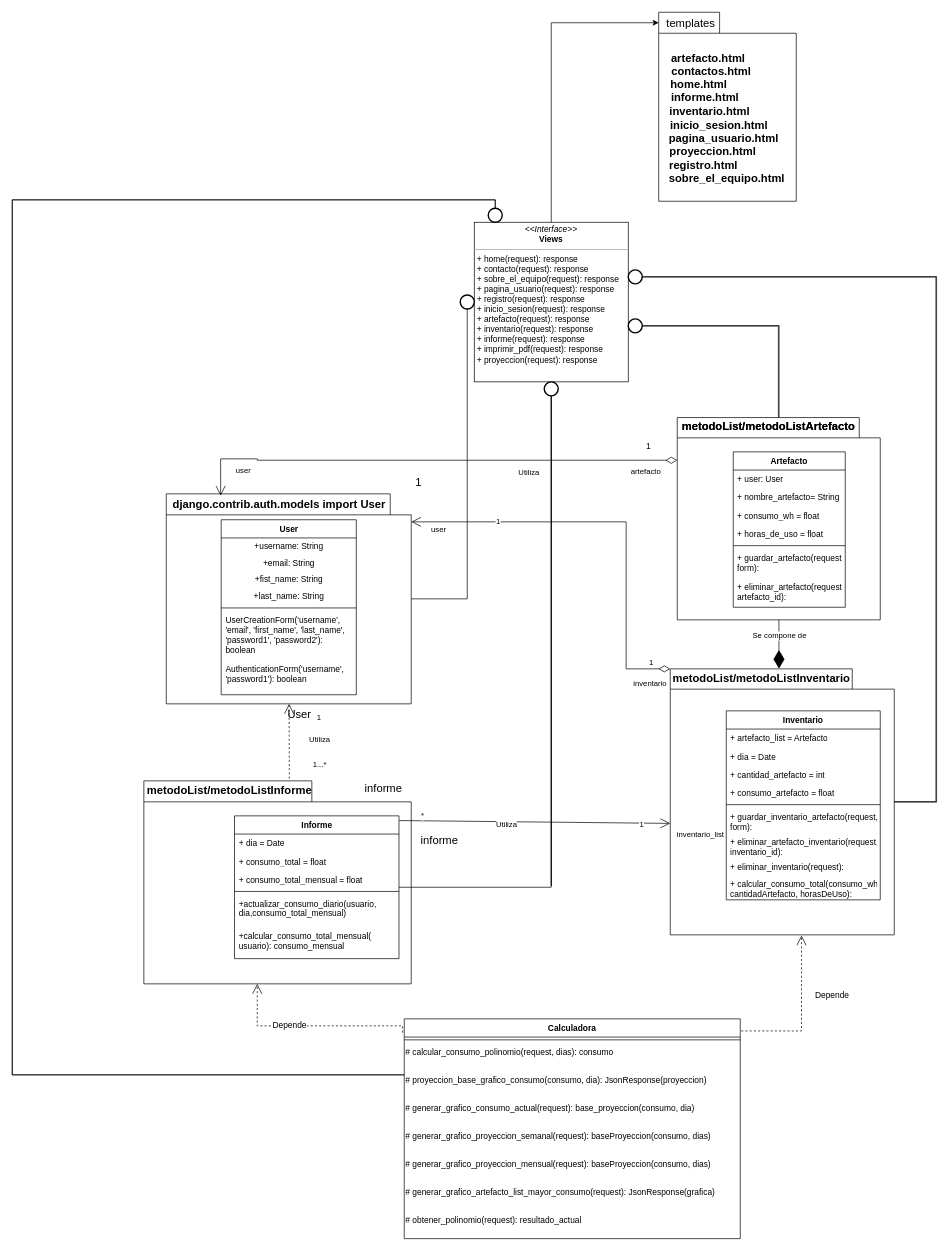
Before: consumoEnergia.drawio in SantiagoTamayo2002/UML, a draw.io diagram. Source tidied: cells renumbered, new cells numbered last; positions are measured from the earlier drawing's top-left corner, leaving out a move shared by most shapes. Both pictures are drawn from the tidied source at 70%, with x=0, y=0 at pixel (12, 12).
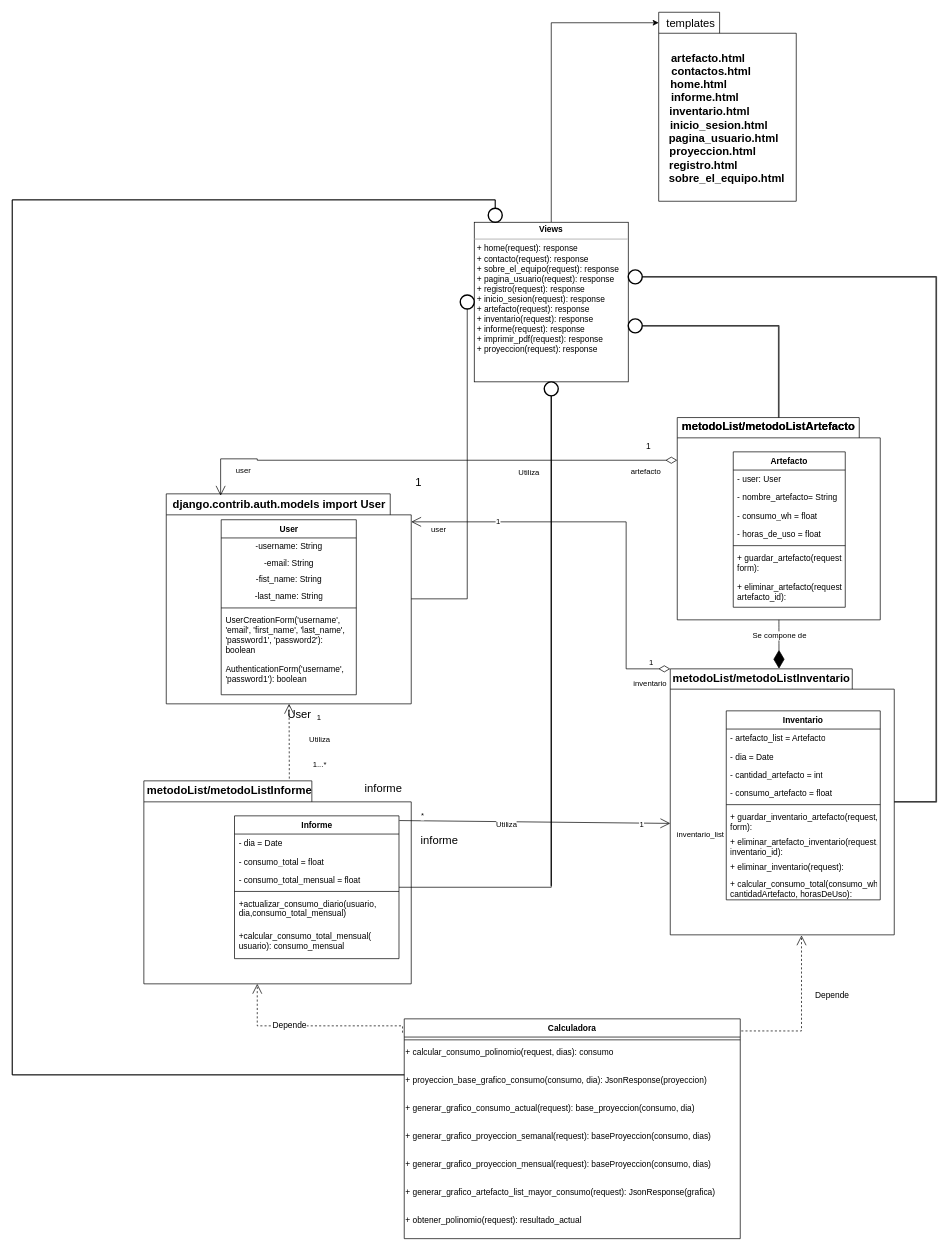
The same page after the edit.

Unchanged cells that the change refers to:
```xml
<mxCell id="7" value="User" style="swimlane;fontStyle=1;align=center;verticalAlign=top;horizontal=1;startSize=26;whiteSpace=wrap;html=1;" parent="1" vertex="1">
  <mxGeometry x="298.5" y="725" width="193" height="250" as="geometry" />
</mxCell>
<mxCell id="15" value="Inventario" style="swimlane;fontStyle=1;align=center;verticalAlign=top;horizontal=1;startSize=26;whiteSpace=wrap;html=1;" parent="1" vertex="1">
  <mxGeometry x="1020" y="998" width="220" height="270" as="geometry" />
</mxCell>
<mxCell id="25" value="Informe" style="swimlane;fontStyle=1;align=center;verticalAlign=top;horizontal=1;startSize=26;whiteSpace=wrap;html=1;" parent="1" vertex="1">
  <mxGeometry x="317.5" y="1148" width="235" height="204" as="geometry" />
</mxCell>
<mxCell id="32" value="Calculadora" style="swimlane;fontStyle=1;align=center;verticalAlign=top;horizontal=1;startSize=26;whiteSpace=wrap;html=1;" parent="1" vertex="1">
  <mxGeometry x="560" y="1438" width="480" height="314" as="geometry" />
</mxCell>
<mxCell id="45" value="Artefacto" style="swimlane;fontStyle=1;align=center;verticalAlign=top;horizontal=1;startSize=26;whiteSpace=wrap;html=1;" parent="1" vertex="1">
  <mxGeometry x="1030" y="628" width="160" height="222" as="geometry" />
</mxCell>
```

What changed in the source:
```diff
@@
-    <mxCell id="8" value="+username: String" style="text;html=1;strokeColor=none;fillColor=none;align=center;verticalAlign=middle;spacingLeft=4;spacingRight=4;overflow=hidden;whiteSpace=wrap;" parent="7" vertex="1">
+    <mxCell id="8" value="-username: String" style="text;html=1;strokeColor=none;fillColor=none;align=center;verticalAlign=middle;spacingLeft=4;spacingRight=4;overflow=hidden;whiteSpace=wrap;" parent="7" vertex="1">
       <mxGeometry y="26" width="193" height="24" as="geometry" />
     </mxCell>
-    <mxCell id="9" value="+email: String" style="text;html=1;strokeColor=none;fillColor=none;align=center;verticalAlign=middle;spacingLeft=4;spacingRight=4;overflow=hidden;whiteSpace=wrap;" parent="7" vertex="1">
+    <mxCell id="9" value="-email: String" style="text;html=1;strokeColor=none;fillColor=none;align=center;verticalAlign=middle;spacingLeft=4;spacingRight=4;overflow=hidden;whiteSpace=wrap;" parent="7" vertex="1">
       <mxGeometry y="50" width="193" height="24" as="geometry" />
     </mxCell>
-    <mxCell id="10" value="+fist_name: String" style="text;html=1;strokeColor=none;fillColor=none;align=center;verticalAlign=middle;spacingLeft=4;spacingRight=4;overflow=hidden;whiteSpace=wrap;" parent="7" vertex="1">
+    <mxCell id="10" value="-fist_name: String" style="text;html=1;strokeColor=none;fillColor=none;align=center;verticalAlign=middle;spacingLeft=4;spacingRight=4;overflow=hidden;whiteSpace=wrap;" parent="7" vertex="1">
       <mxGeometry y="74" width="193" height="24" as="geometry" />
     </mxCell>
-    <mxCell id="11" value="+last_name: String" style="text;html=1;strokeColor=none;fillColor=none;align=center;verticalAlign=middle;spacingLeft=4;spacingRight=4;overflow=hidden;whiteSpace=wrap;" parent="7" vertex="1">
+    <mxCell id="11" value="-last_name: String" style="text;html=1;strokeColor=none;fillColor=none;align=center;verticalAlign=middle;spacingLeft=4;spacingRight=4;overflow=hidden;whiteSpace=wrap;" parent="7" vertex="1">
       <mxGeometry y="98" width="193" height="24" as="geometry" />
     </mxCell>
@@
-    <mxCell id="16" value="+ artefacto_list = Artefacto" style="text;strokeColor=none;fillColor=none;align=left;verticalAlign=top;spacingLeft=4;spacingRight=4;overflow=hidden;whiteSpace=wrap;html=1;" parent="15" vertex="1">
+    <mxCell id="16" value="- artefacto_list = Artefacto" style="text;strokeColor=none;fillColor=none;align=left;verticalAlign=top;spacingLeft=4;spacingRight=4;overflow=hidden;whiteSpace=wrap;html=1;" parent="15" vertex="1">
       <mxGeometry y="26" width="220" height="26" as="geometry" />
     </mxCell>
-    <mxCell id="17" value="+ dia = Date" style="text;strokeColor=none;fillColor=none;align=left;verticalAlign=top;spacingLeft=4;spacingRight=4;overflow=hidden;whiteSpace=wrap;html=1;" parent="15" vertex="1">
+    <mxCell id="17" value="- dia = Date" style="text;strokeColor=none;fillColor=none;align=left;verticalAlign=top;spacingLeft=4;spacingRight=4;overflow=hidden;whiteSpace=wrap;html=1;" parent="15" vertex="1">
       <mxGeometry y="52" width="220" height="26" as="geometry" />
     </mxCell>
-    <mxCell id="18" value="+&amp;nbsp;cantidad_artefacto&amp;nbsp;&lt;span style=&quot;background-color: initial;&quot;&gt;= int&lt;/span&gt;" style="text;strokeColor=none;fillColor=none;align=left;verticalAlign=top;spacingLeft=4;spacingRight=4;overflow=hidden;whiteSpace=wrap;html=1;" parent="15" vertex="1">
+    <mxCell id="18" value="- cantidad_artefacto&amp;nbsp;&lt;span style=&quot;background-color: initial;&quot;&gt;= int&lt;/span&gt;" style="text;strokeColor=none;fillColor=none;align=left;verticalAlign=top;spacingLeft=4;spacingRight=4;overflow=hidden;whiteSpace=wrap;html=1;" parent="15" vertex="1">
       <mxGeometry y="78" width="220" height="26" as="geometry" />
     </mxCell>
-    <mxCell id="19" value="+&amp;nbsp;consumo_artefacto&lt;span style=&quot;background-color: initial;&quot;&gt;&amp;nbsp;&lt;/span&gt;&lt;span style=&quot;background-color: initial;&quot;&gt;= float&lt;/span&gt;" style="text;strokeColor=none;fillColor=none;align=left;verticalAlign=top;spacingLeft=4;spacingRight=4;overflow=hidden;whiteSpace=wrap;html=1;" parent="15" vertex="1">
+    <mxCell id="19" value="- consumo_artefacto&lt;span style=&quot;background-color: initial;&quot;&gt;&amp;nbsp;&lt;/span&gt;&lt;span style=&quot;background-color: initial;&quot;&gt;= float&lt;/span&gt;" style="text;strokeColor=none;fillColor=none;align=left;verticalAlign=top;spacingLeft=4;spacingRight=4;overflow=hidden;whiteSpace=wrap;html=1;" parent="15" vertex="1">
       <mxGeometry y="104" width="220" height="26" as="geometry" />
     </mxCell>
@@
-    <mxCell id="26" value="+ dia = Date" style="text;strokeColor=none;fillColor=none;align=left;verticalAlign=top;spacingLeft=4;spacingRight=4;overflow=hidden;whiteSpace=wrap;html=1;" parent="25" vertex="1">
+    <mxCell id="26" value="- dia = Date" style="text;strokeColor=none;fillColor=none;align=left;verticalAlign=top;spacingLeft=4;spacingRight=4;overflow=hidden;whiteSpace=wrap;html=1;" parent="25" vertex="1">
       <mxGeometry y="26" width="235" height="26" as="geometry" />
     </mxCell>
-    <mxCell id="27" value="+&amp;nbsp;consumo_total&amp;nbsp;&lt;span style=&quot;background-color: initial;&quot;&gt;= float&lt;/span&gt;" style="text;strokeColor=none;fillColor=none;align=left;verticalAlign=top;spacingLeft=4;spacingRight=4;overflow=hidden;whiteSpace=wrap;html=1;" parent="25" vertex="1">
+    <mxCell id="27" value="- consumo_total&amp;nbsp;&lt;span style=&quot;background-color: initial;&quot;&gt;= float&lt;/span&gt;" style="text;strokeColor=none;fillColor=none;align=left;verticalAlign=top;spacingLeft=4;spacingRight=4;overflow=hidden;whiteSpace=wrap;html=1;" parent="25" vertex="1">
       <mxGeometry y="52" width="235" height="26" as="geometry" />
     </mxCell>
-    <mxCell id="28" value="+&amp;nbsp;consumo_total_mensual&amp;nbsp;&lt;span style=&quot;background-color: initial;&quot;&gt;= float&lt;/span&gt;" style="text;strokeColor=none;fillColor=none;align=left;verticalAlign=top;spacingLeft=4;spacingRight=4;overflow=hidden;whiteSpace=wrap;html=1;" parent="25" vertex="1">
+    <mxCell id="28" value="- consumo_total_mensual&amp;nbsp;&lt;span style=&quot;background-color: initial;&quot;&gt;= float&lt;/span&gt;" style="text;strokeColor=none;fillColor=none;align=left;verticalAlign=top;spacingLeft=4;spacingRight=4;overflow=hidden;whiteSpace=wrap;html=1;" parent="25" vertex="1">
       <mxGeometry y="78" width="235" height="26" as="geometry" />
     </mxCell>
@@
-    <mxCell id="34" value="# calcular_consumo_polinomio(request, dias): consumo" style="text;whiteSpace=wrap;" parent="32" vertex="1">
+    <mxCell id="34" value="+ calcular_consumo_polinomio(request, dias): consumo" style="text;whiteSpace=wrap;" parent="32" vertex="1">
       <mxGeometry y="34" width="480" height="40" as="geometry" />
     </mxCell>
-    <mxCell id="35" value="# proyeccion_base_grafico_consumo(consumo, dia): JsonResponse(proyeccion)" style="text;whiteSpace=wrap;" parent="32" vertex="1">
+    <mxCell id="35" value="+ proyeccion_base_grafico_consumo(consumo, dia): JsonResponse(proyeccion)" style="text;whiteSpace=wrap;" parent="32" vertex="1">
       <mxGeometry y="74" width="480" height="40" as="geometry" />
     </mxCell>
-    <mxCell id="36" value="# generar_grafico_consumo_actual(request): base_proyeccion(consumo, dia)" style="text;whiteSpace=wrap;" parent="32" vertex="1">
+    <mxCell id="36" value="+ generar_grafico_consumo_actual(request): base_proyeccion(consumo, dia)" style="text;whiteSpace=wrap;" parent="32" vertex="1">
       <mxGeometry y="114" width="480" height="40" as="geometry" />
     </mxCell>
-    <mxCell id="37" value="# generar_grafico_proyeccion_semanal(request): baseProyeccion(consumo, dias)" style="text;whiteSpace=wrap;" parent="32" vertex="1">
+    <mxCell id="37" value="+ generar_grafico_proyeccion_semanal(request): baseProyeccion(consumo, dias)" style="text;whiteSpace=wrap;" parent="32" vertex="1">
       <mxGeometry y="154" width="480" height="40" as="geometry" />
     </mxCell>
-    <mxCell id="38" value="# generar_grafico_proyeccion_mensual(request): baseProyeccion(consumo, dias)" style="text;whiteSpace=wrap;" parent="32" vertex="1">
+    <mxCell id="38" value="+ generar_grafico_proyeccion_mensual(request): baseProyeccion(consumo, dias)" style="text;whiteSpace=wrap;" parent="32" vertex="1">
       <mxGeometry y="194" width="480" height="40" as="geometry" />
     </mxCell>
-    <mxCell id="39" value="# generar_grafico_artefacto_list_mayor_consumo(request): JsonResponse(grafica)" style="text;whiteSpace=wrap;" parent="32" vertex="1">
+    <mxCell id="39" value="+ generar_grafico_artefacto_list_mayor_consumo(request): JsonResponse(grafica)" style="text;whiteSpace=wrap;" parent="32" vertex="1">
       <mxGeometry y="234" width="480" height="40" as="geometry" />
     </mxCell>
-    <mxCell id="40" value="# obtener_polinomio(request): resultado_actual" style="text;whiteSpace=wrap;" parent="32" vertex="1">
+    <mxCell id="40" value="+ obtener_polinomio(request): resultado_actual" style="text;whiteSpace=wrap;" parent="32" vertex="1">
       <mxGeometry y="274" width="480" height="40" as="geometry" />
     </mxCell>
@@
-    <mxCell id="46" value="+ user: User" style="text;strokeColor=none;fillColor=none;align=left;verticalAlign=top;spacingLeft=4;spacingRight=4;overflow=hidden;whiteSpace=wrap;html=1;" parent="45" vertex="1">
+    <mxCell id="46" value="- user: User" style="text;strokeColor=none;fillColor=none;align=left;verticalAlign=top;spacingLeft=4;spacingRight=4;overflow=hidden;whiteSpace=wrap;html=1;" parent="45" vertex="1">
       <mxGeometry y="26" width="160" height="26" as="geometry" />
     </mxCell>
-    <mxCell id="47" value="+&amp;nbsp;nombre_artefacto&lt;span style=&quot;background-color: initial;&quot;&gt;= String&lt;/span&gt;" style="text;strokeColor=none;fillColor=none;align=left;verticalAlign=top;spacingLeft=4;spacingRight=4;overflow=hidden;whiteSpace=wrap;html=1;" parent="45" vertex="1">
+    <mxCell id="47" value="- nombre_artefacto&lt;span style=&quot;background-color: initial;&quot;&gt;= String&lt;/span&gt;" style="text;strokeColor=none;fillColor=none;align=left;verticalAlign=top;spacingLeft=4;spacingRight=4;overflow=hidden;whiteSpace=wrap;html=1;" parent="45" vertex="1">
       <mxGeometry y="52" width="160" height="26" as="geometry" />
     </mxCell>
-    <mxCell id="48" value="+ consumo_wh = float" style="text;strokeColor=none;fillColor=none;align=left;verticalAlign=top;spacingLeft=4;spacingRight=4;overflow=hidden;whiteSpace=wrap;html=1;" parent="45" vertex="1">
+    <mxCell id="48" value="- consumo_wh = float" style="text;strokeColor=none;fillColor=none;align=left;verticalAlign=top;spacingLeft=4;spacingRight=4;overflow=hidden;whiteSpace=wrap;html=1;" parent="45" vertex="1">
       <mxGeometry y="78" width="160" height="26" as="geometry" />
     </mxCell>
-    <mxCell id="49" value="+ horas_de_uso = float" style="text;strokeColor=none;fillColor=none;align=left;verticalAlign=top;spacingLeft=4;spacingRight=4;overflow=hidden;whiteSpace=wrap;html=1;" parent="45" vertex="1">
+    <mxCell id="49" value="- horas_de_uso = float" style="text;strokeColor=none;fillColor=none;align=left;verticalAlign=top;spacingLeft=4;spacingRight=4;overflow=hidden;whiteSpace=wrap;html=1;" parent="45" vertex="1">
       <mxGeometry y="104" width="160" height="26" as="geometry" />
     </mxCell>
@@
-    <mxCell id="79" value="&lt;p style=&quot;margin:0px;margin-top:4px;text-align:center;&quot;&gt;&lt;i&gt;&amp;lt;&amp;lt;Interface&amp;gt;&amp;gt;&lt;/i&gt;&lt;br&gt;&lt;b&gt;Views&lt;/b&gt;&lt;/p&gt;&lt;hr size=&quot;1&quot;&gt;&lt;p style=&quot;margin:0px;margin-left:4px;&quot;&gt;&lt;span style=&quot;background-color: initial;&quot;&gt;+ home(request): response&lt;/span&gt;&lt;br&gt;&lt;/p&gt;&lt;p style=&quot;margin:0px;margin-left:4px;&quot;&gt;+ contacto(request): response&amp;nbsp;&lt;/p&gt;&lt;p style=&quot;margin:0px;margin-left:4px;&quot;&gt;+ sobre_el_equipo(request): response&amp;nbsp;&lt;/p&gt;&lt;p style=&quot;margin:0px;margin-left:4px;&quot;&gt;+ pagina_usuario(request): response&amp;nbsp;&lt;/p&gt;&lt;p style=&quot;margin:0px;margin-left:4px;&quot;&gt;&lt;span style=&quot;background-color: initial;&quot;&gt;+ registro(request): response&amp;nbsp;&lt;/span&gt;&lt;br&gt;&lt;/p&gt;&lt;p style=&quot;margin:0px;margin-left:4px;&quot;&gt;+ inicio_sesion(request): response&amp;nbsp;&lt;/p&gt;&lt;p style=&quot;margin:0px;margin-left:4px;&quot;&gt;+ artefacto(request): response&amp;nbsp;&lt;/p&gt;&lt;p style=&quot;margin:0px;margin-left:4px;&quot;&gt;+ inventario(request): response&amp;nbsp;&lt;/p&gt;&lt;p style=&quot;margin:0px;margin-left:4px;&quot;&gt;+ informe(request): response&amp;nbsp;&lt;/p&gt;&lt;p style=&quot;margin:0px;margin-left:4px;&quot;&gt;+ imprimir_pdf(request): response&amp;nbsp;&lt;/p&gt;&lt;p style=&quot;margin:0px;margin-left:4px;&quot;&gt;+ proyeccion(request): response&lt;br&gt;&lt;/p&gt;" style="verticalAlign=top;align=left;overflow=fill;fontSize=12;fontFamily=Helvetica;html=1;whiteSpace=wrap;" parent="1" vertex="1">
+    <mxCell id="79" value="&lt;p style=&quot;margin:0px;margin-top:4px;text-align:center;&quot;&gt;&lt;b&gt;Views&lt;/b&gt;&lt;/p&gt;&lt;hr size=&quot;1&quot;&gt;&lt;p style=&quot;margin:0px;margin-left:4px;&quot;&gt;&lt;span style=&quot;background-color: initial;&quot;&gt;+ home(request): response&lt;/span&gt;&lt;br&gt;&lt;/p&gt;&lt;p style=&quot;margin:0px;margin-left:4px;&quot;&gt;+ contacto(request): response&amp;nbsp;&lt;/p&gt;&lt;p style=&quot;margin:0px;margin-left:4px;&quot;&gt;+ sobre_el_equipo(request): response&amp;nbsp;&lt;/p&gt;&lt;p style=&quot;margin:0px;margin-left:4px;&quot;&gt;+ pagina_usuario(request): response&amp;nbsp;&lt;/p&gt;&lt;p style=&quot;margin:0px;margin-left:4px;&quot;&gt;&lt;span style=&quot;background-color: initial;&quot;&gt;+ registro(request): response&amp;nbsp;&lt;/span&gt;&lt;br&gt;&lt;/p&gt;&lt;p style=&quot;margin:0px;margin-left:4px;&quot;&gt;+ inicio_sesion(request): response&amp;nbsp;&lt;/p&gt;&lt;p style=&quot;margin:0px;margin-left:4px;&quot;&gt;+ artefacto(request): response&amp;nbsp;&lt;/p&gt;&lt;p style=&quot;margin:0px;margin-left:4px;&quot;&gt;+ inventario(request): response&amp;nbsp;&lt;/p&gt;&lt;p style=&quot;margin:0px;margin-left:4px;&quot;&gt;+ informe(request): response&amp;nbsp;&lt;/p&gt;&lt;p style=&quot;margin:0px;margin-left:4px;&quot;&gt;+ imprimir_pdf(request): response&amp;nbsp;&lt;/p&gt;&lt;p style=&quot;margin:0px;margin-left:4px;&quot;&gt;+ proyeccion(request): response&lt;br&gt;&lt;/p&gt;" style="verticalAlign=top;align=left;overflow=fill;fontSize=12;fontFamily=Helvetica;html=1;whiteSpace=wrap;" parent="1" vertex="1">
       <mxGeometry x="660" y="300" width="220" height="228" as="geometry" />
     </mxCell>
```
